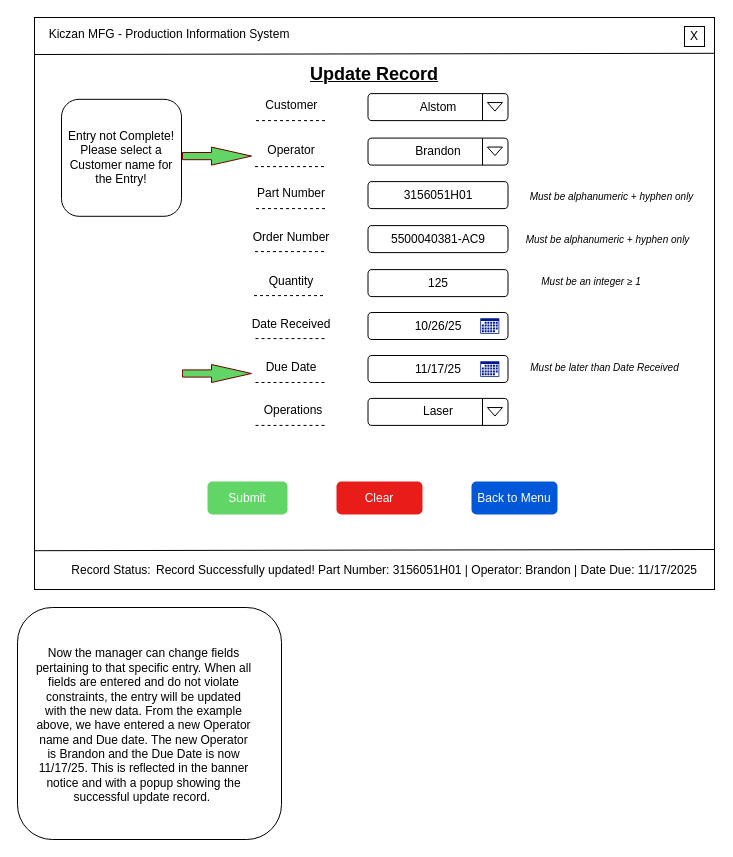
This is Update Record Interface Wireframe_Successful_Update(READONLY).drawio from JrST90/Team2CapstoneProject, a draw.io file, before an edit. Source tidied: cells renumbered, new cells numbered last; positions are measured from the earlier drawing's top-left corner, leaving out a move shared by most shapes. Both pictures are drawn from the tidied source at 100%, with x=0, y=0 at pixel (17, 17).
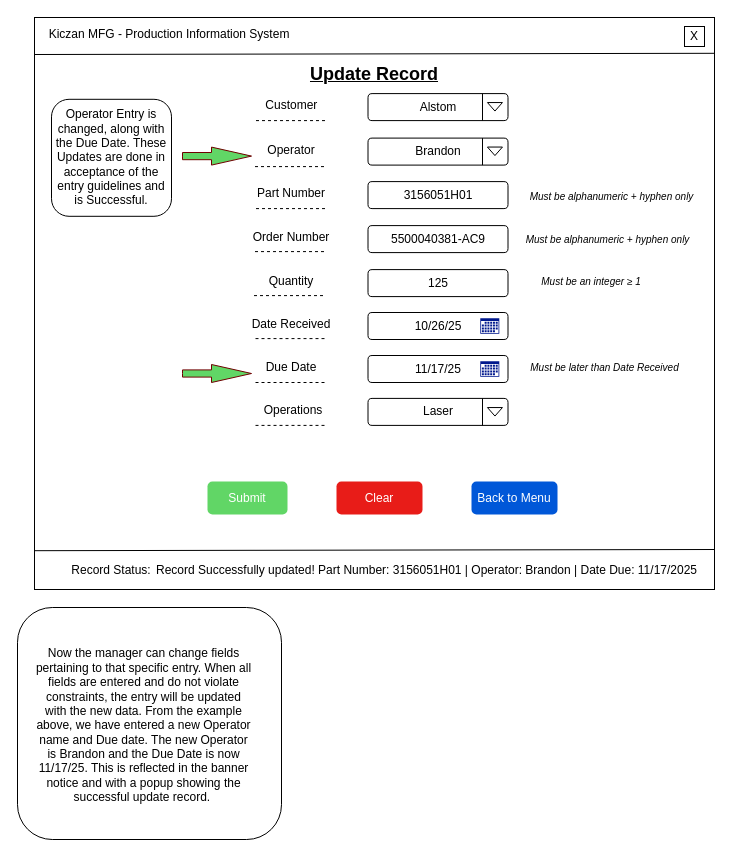
After the change.

Commit message:
Corrected dialog box, showing correct info

Fix issue where dialog box showed an error message during a successful update state.

The edit, as a diff of the source:
```diff
@@
-    <mxCell id="52" value="Entry not Complete! Please select a Customer name for the Entry!" style="rounded=1;whiteSpace=wrap;html=1;" parent="1" vertex="1">
-      <mxGeometry x="44" y="81.8" width="120" height="117" as="geometry" />
+    <mxCell id="52" value="Operator Entry is changed, along with the Due Date. These Updates are done in acceptance of the entry guidelines and is Successful." style="rounded=1;whiteSpace=wrap;html=1;" parent="1" vertex="1">
+      <mxGeometry x="34" y="81.8" width="120" height="117" as="geometry" />
     </mxCell>
```
